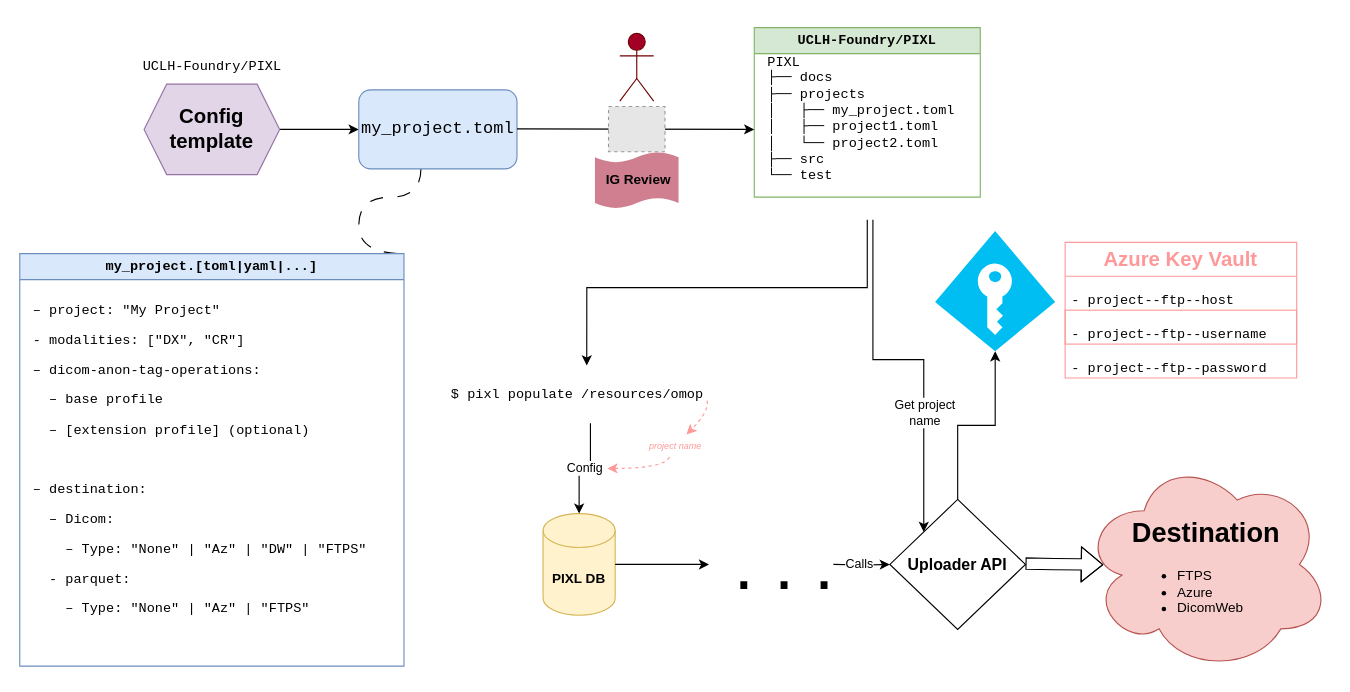
Above: docs/design/diagrams/pixl-multi-project-config.drawio in SAFEHR-data/PIXL (draw.io), before the change. Source tidied: cells renumbered, new cells numbered last; positions are measured from the earlier drawing's top-left corner, leaving out a move shared by most shapes. Both pictures are drawn from the tidied source at 113%, with x=0, y=0 at pixel (19, 27). Pictures stored in the file or linked from it are replaced by grey dashed boxes.
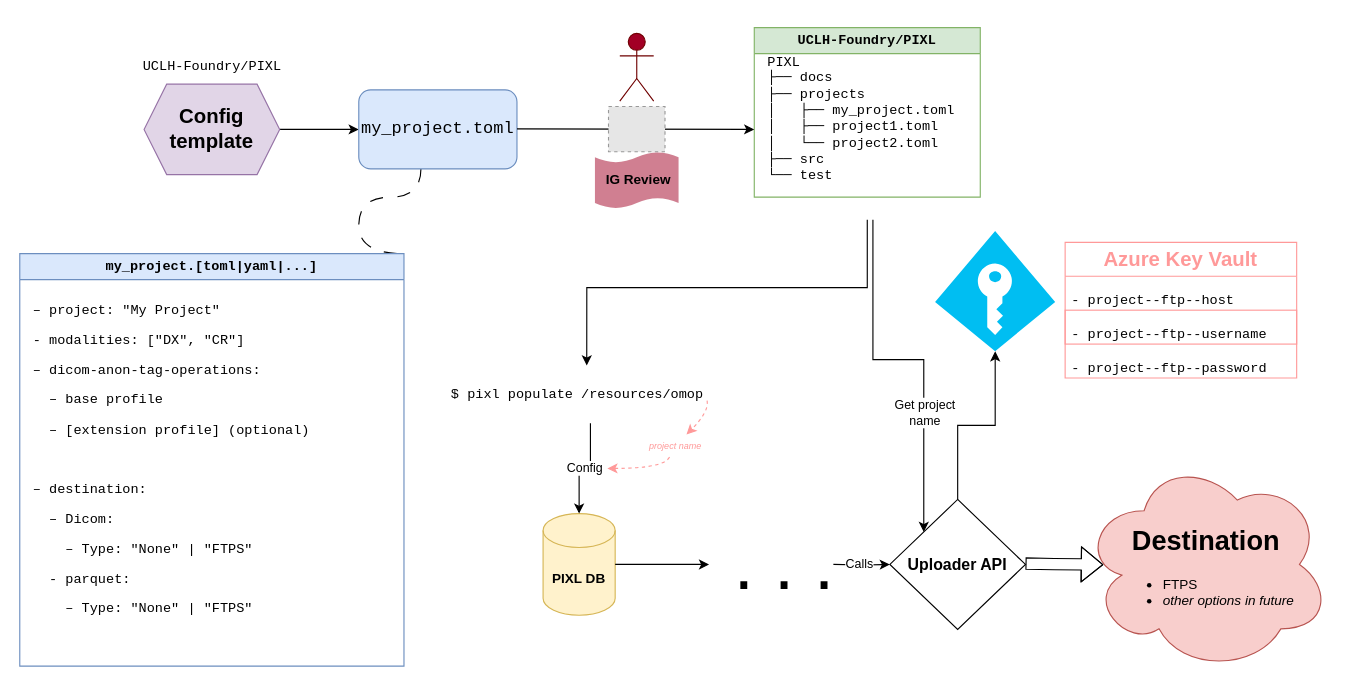
The same page after the edit.

Commit message (it also covers changes not shown here):
remove mention of non-existing options in enum and in diagram

Unchanged cells that the change refers to:
```xml
<mxCell id="29" value="&lt;pre&gt;my_project.[toml|yaml|...]&lt;/pre&gt;" style="swimlane;whiteSpace=wrap;html=1;fillColor=#dae8fc;strokeColor=#6c8ebf;" parent="1" vertex="1">
  <mxGeometry y="200" width="340" height="365" as="geometry" />
</mxCell>
```

What changed in the source:
```diff
@@
-    <mxCell id="20" value="&lt;h1&gt;Destination&lt;/h1&gt;&lt;div&gt;&lt;ul&gt;&lt;li style=&quot;text-align: left;&quot;&gt;FTPS&lt;/li&gt;&lt;li style=&quot;text-align: left;&quot;&gt;Azure&lt;/li&gt;&lt;li style=&quot;text-align: left;&quot;&gt;DicomWeb&lt;/li&gt;&lt;/ul&gt;&lt;/div&gt;" style="ellipse;shape=cloud;whiteSpace=wrap;html=1;fillColor=#f8cecc;strokeColor=#b85450;" parent="1" vertex="1">
+    <mxCell id="20" value="&lt;h1&gt;Destination&lt;/h1&gt;&lt;div&gt;&lt;ul&gt;&lt;li style=&quot;text-align: left;&quot;&gt;FTPS&lt;/li&gt;&lt;li style=&quot;text-align: left;&quot;&gt;&lt;i&gt;other options in future&lt;/i&gt;&lt;br&gt;&lt;/li&gt;&lt;/ul&gt;&lt;/div&gt;" style="ellipse;shape=cloud;whiteSpace=wrap;html=1;fillColor=#f8cecc;strokeColor=#b85450;" parent="1" vertex="1">
       <mxGeometry x="940" y="380" width="220" height="190" as="geometry" />
     </mxCell>
@@
-    <mxCell id="30" value="&lt;pre&gt;– project: &quot;My Project&quot;&lt;/pre&gt;&lt;pre&gt;- modalities: [&quot;DX&quot;, &quot;CR&quot;] &lt;/pre&gt;&lt;pre&gt;– dicom-anon-tag-operations:&lt;/pre&gt;&lt;pre&gt;  – base profile&lt;/pre&gt;&lt;pre&gt;  – [extension profile] (optional)&lt;/pre&gt;&lt;pre&gt;&lt;br&gt;&lt;/pre&gt;&lt;pre&gt;– destination:&lt;/pre&gt;&lt;pre&gt;  – Dicom:&lt;/pre&gt;&lt;pre&gt;    – Type: &quot;None&quot; | &quot;Az&quot; | &quot;DW&quot; | &quot;FTPS&quot;&lt;/pre&gt;&lt;pre&gt;  - parquet:&lt;/pre&gt;&lt;pre&gt;&lt;pre style=&quot;border-color: var(--border-color);&quot;&gt;&lt;pre style=&quot;border-color: var(--border-color);&quot;&gt;    – Type: &quot;None&quot; | &quot;Az&quot; | &quot;FTPS&quot;&lt;/pre&gt;&lt;pre&gt;&lt;br&gt;&lt;/pre&gt;&lt;/pre&gt;&lt;/pre&gt;" style="text;html=1;align=left;verticalAlign=top;strokeColor=none;fillColor=none;" parent="29" vertex="1">
-      <mxGeometry x="10" y="25" width="320" height="340" as="geometry" />
+    <mxCell id="30" value="&lt;pre&gt;– project: &quot;My Project&quot;&lt;/pre&gt;&lt;pre&gt;- modalities: [&quot;DX&quot;, &quot;CR&quot;] &lt;/pre&gt;&lt;pre&gt;– dicom-anon-tag-operations:&lt;/pre&gt;&lt;pre&gt;  – base profile&lt;/pre&gt;&lt;pre&gt;  – [extension profile] (optional)&lt;/pre&gt;&lt;pre&gt;&lt;br&gt;&lt;/pre&gt;&lt;pre&gt;– destination:&lt;/pre&gt;&lt;pre&gt;  – Dicom:&lt;/pre&gt;&lt;pre&gt;    – Type: &quot;None&quot; | &quot;FTPS&quot;&lt;/pre&gt;&lt;pre&gt;  - parquet:&lt;/pre&gt;&lt;pre&gt;&lt;pre style=&quot;border-color: var(--border-color);&quot;&gt;&lt;pre style=&quot;border-color: var(--border-color);&quot;&gt;    – Type: &quot;None&quot; | &quot;FTPS&quot;&lt;/pre&gt;&lt;pre&gt;&lt;br&gt;&lt;/pre&gt;&lt;/pre&gt;&lt;/pre&gt;" style="text;html=1;align=left;verticalAlign=top;strokeColor=none;fillColor=none;" parent="29" vertex="1">
+      <mxGeometry x="10" y="25" width="270" height="340" as="geometry" />
     </mxCell>
```
